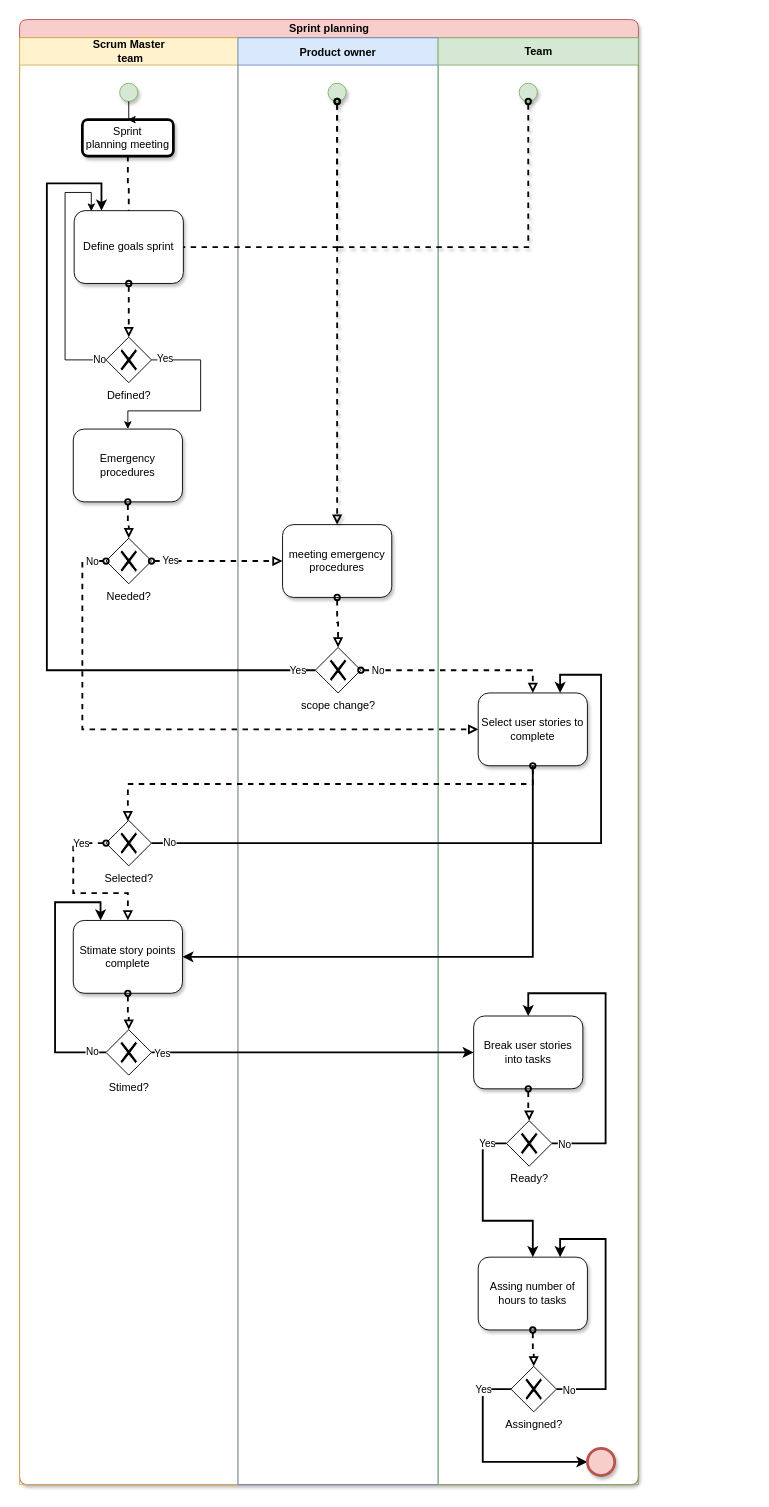
Earlier version of the draw.io diagram page "Sprint_planning" (3 of 11) of BPMN_Pre-game.drawio (JavierCabreraDev/Metodologia_Practica). Source tidied: cells renumbered, new cells numbered last; positions are measured from the earlier drawing's top-left corner, leaving out a move shared by most shapes. Both pictures are drawn from the tidied source at 91%, with x=0, y=0 at pixel (19, 19).
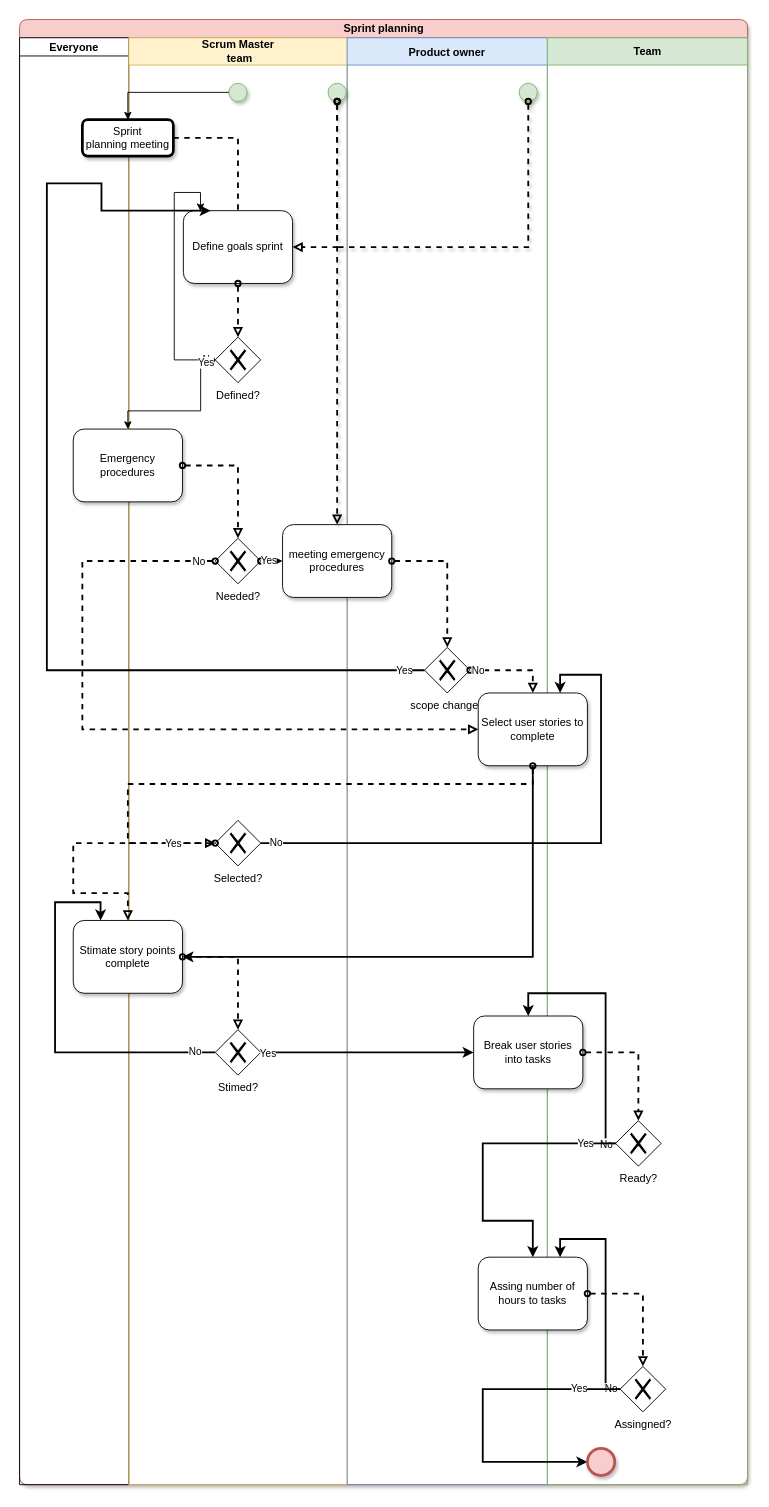
Above is the later version.

The change refers to these unchanged cells:
```xml
<mxCell id="5" value="Define goals sprint" style="shape=ext;rounded=1;html=1;whiteSpace=wrap;shadow=1;glass=0;labelBackgroundColor=none;" parent="3" vertex="1">
  <mxGeometry x="60" y="190" width="120" height="80" as="geometry" />
</mxCell>
<mxCell id="26" style="ellipse;whiteSpace=wrap;html=1;shadow=1;glass=0;fillColor=#d5e8d4;strokeColor=#82b366;labelBackgroundColor=none;" parent="1" vertex="1">
  <mxGeometry x="339" y="70" width="20" height="20" as="geometry" />
</mxCell>
```

The edit, as a diff of the source:
```diff
@@
     <mxCell id="2" value="Sprint planning" style="swimlane;html=1;startSize=20;shadow=1;glass=0;fillColor=#f8cecc;strokeColor=#b85450;rounded=1;swimlaneFillColor=#ffffff;labelBackgroundColor=none;" parent="1" vertex="1">
-      <mxGeometry width="680" height="1610" as="geometry" />
+      <mxGeometry width="800" height="1610" as="geometry" />
     </mxCell>
+    <mxCell id="66" value="Everyone" style="swimlane;startSize=20;" parent="2" vertex="1">
+      <mxGeometry y="20" width="120" height="1590" as="geometry" />
+    </mxCell>
     <mxCell id="3" value="Scrum Master&lt;br&gt;&amp;nbsp;team" style="swimlane;html=1;startSize=30;fillColor=#fff2cc;strokeColor=#d6b656;labelBackgroundColor=none;" parent="2" vertex="1">
-      <mxGeometry y="20" width="240" height="1590" as="geometry" />
+      <mxGeometry x="120" y="20" width="240" height="1590" as="geometry" />
     </mxCell>
@@
     <mxCell id="13" value="Product owner" style="swimlane;startSize=30;shadow=0;glass=0;fillColor=#dae8fc;strokeColor=#6c8ebf;labelBackgroundColor=none;" parent="2" vertex="1">
-      <mxGeometry x="240" y="20" width="220" height="1590" as="geometry" />
+      <mxGeometry x="360" y="20" width="220" height="1590" as="geometry" />
     </mxCell>
@@
     <mxCell id="15" value="Team" style="swimlane;html=1;startSize=30;fillColor=#d5e8d4;strokeColor=#82b366;labelBackgroundColor=none;" parent="2" vertex="1">
-      <mxGeometry x="460" y="20" width="220" height="1590" as="geometry" />
+      <mxGeometry x="580" y="20" width="220" height="1590" as="geometry" />
     </mxCell>
@@
-    <mxCell id="30" style="edgeStyle=orthogonalEdgeStyle;rounded=0;jettySize=auto;html=1;entryX=1;entryY=0.5;entryDx=0;entryDy=0;dashed=1;endArrow=none;endFill=0;strokeWidth=2;startArrow=oval;startFill=0;labelBackgroundColor=none;" parent="1" edge="1" source="26" target="5">
-      <mxGeometry relative="1" as="geometry">
-        <Array as="points">
-          <mxPoint x="349" y="250" />
-        </Array>
-      </mxGeometry>
-    </mxCell>
@@
+    <mxCell id="30" style="edgeStyle=orthogonalEdgeStyle;rounded=0;jettySize=auto;html=1;entryX=1;entryY=0.5;entryDx=0;entryDy=0;dashed=1;endArrow=block;endFill=0;strokeWidth=2;startArrow=oval;startFill=0;labelBackgroundColor=none;" parent="1" edge="1" source="26" target="5">
+      <mxGeometry relative="1" as="geometry">
+        <Array as="points">
+          <mxPoint x="349" y="250" />
+        </Array>
+      </mxGeometry>
+    </mxCell>
```
